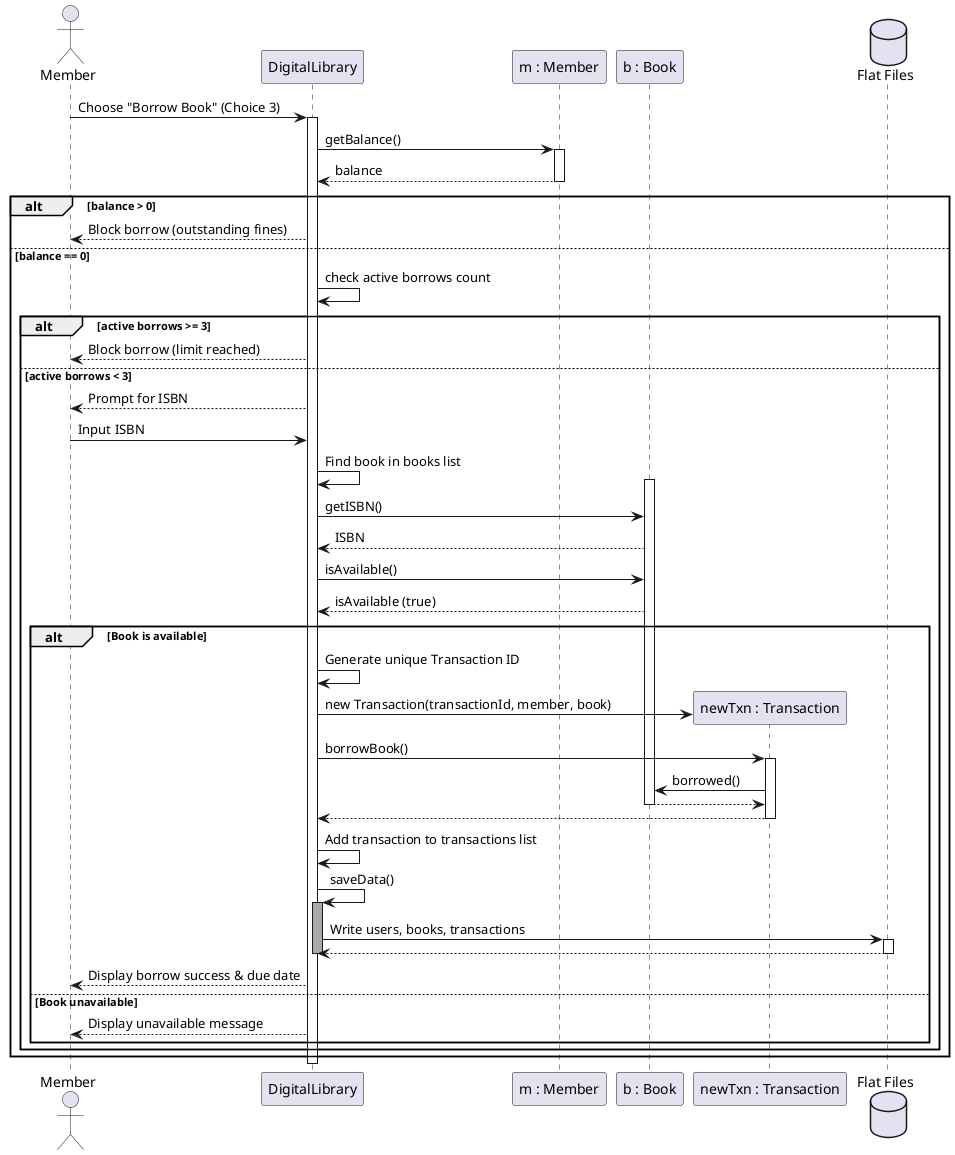
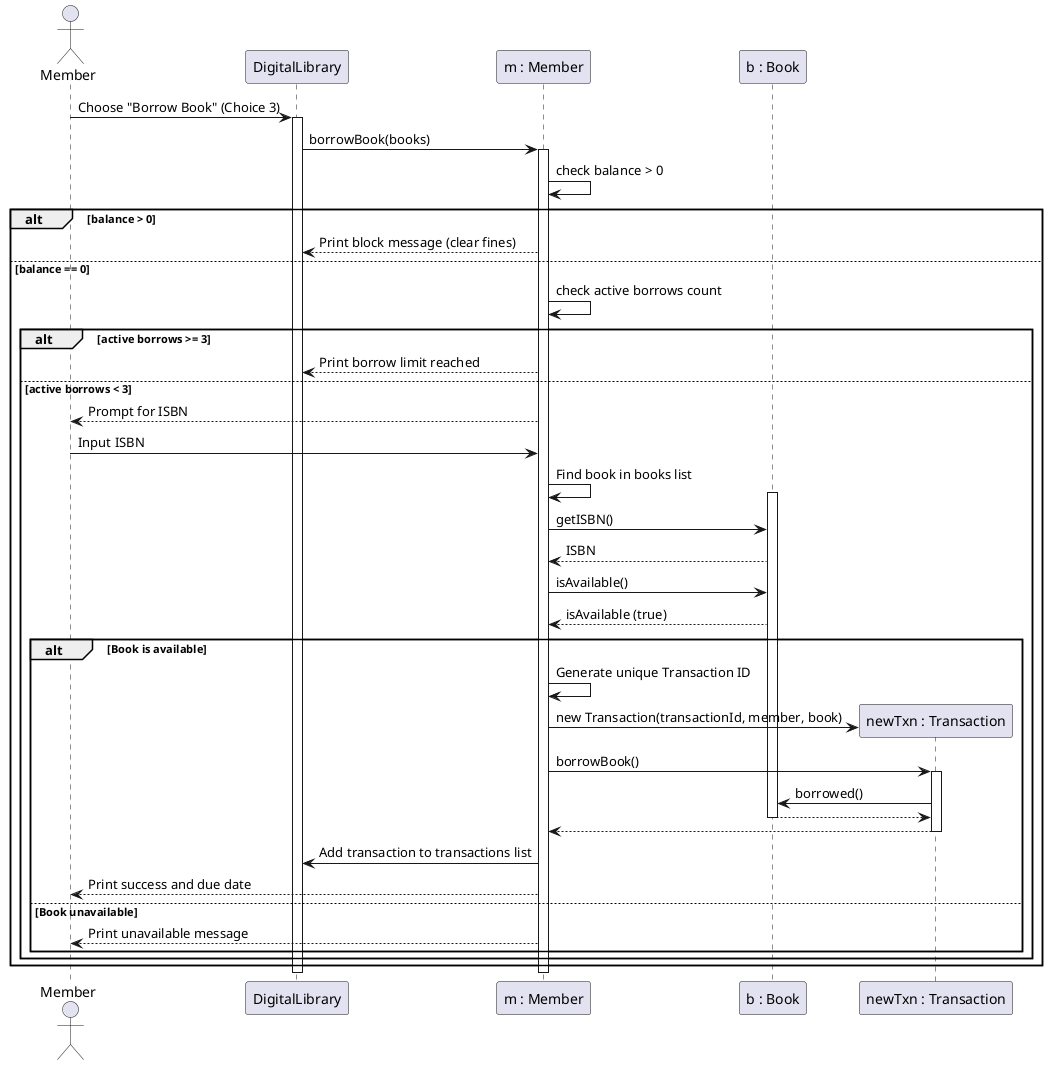
@startuml sequenceDiagram
actor Member
participant "DigitalLibrary" as DL
participant "m : Member" as M
participant "b : Book" as B
participant "newTxn : Transaction" as T
- database "Flat Files" as DB

Member -> DL: Choose "Borrow Book" (Choice 3)
activate DL

- DL -> M: getBalance()
+ DL -> M: borrowBook(books)
activate M
- M --> DL: balance
- deactivate M

+ M -> M: check balance > 0
alt balance > 0
-     DL --> Member: Block borrow (outstanding fines)
+     M --> DL: Print block message (clear fines)
else balance == 0
-     DL -> DL: check active borrows count
+     M -> M: check active borrows count
    alt active borrows >= 3
-         DL --> Member: Block borrow (limit reached)
+         M --> DL: Print borrow limit reached
    else active borrows < 3
-         DL --> Member: Prompt for ISBN
-         Member -> DL: Input ISBN
+         M --> Member: Prompt for ISBN
+         Member -> M: Input ISBN

-         DL -> DL: Find book in books list
+         M -> M: Find book in books list
        activate B
-         DL -> B: getISBN()
-         B --> DL: ISBN
-         DL -> B: isAvailable()
-         B --> DL: isAvailable (true)
+         M -> B: getISBN()
+         B --> M: ISBN
+         M -> B: isAvailable()
+         B --> M: isAvailable (true)

        alt Book is available
-             DL -> DL: Generate unique Transaction ID
+             M -> M: Generate unique Transaction ID
            create T
-             DL -> T: new Transaction(transactionId, member, book)
-             DL -> T: borrowBook()
+             M -> T: new Transaction(transactionId, member, book)
+             M -> T: borrowBook()
            activate T
            T -> B: borrowed()
            B --> T
            deactivate B
-             T --> DL
+             T --> M
            deactivate T

-             DL -> DL: Add transaction to transactions list
-             DL -> DL: saveData()
-             activate DL #darkgrey
-             DL -> DB: Write users, books, transactions
-             activate DB
-             DB --> DL
-             deactivate DB
-             deactivate DL
- 
-             DL --> Member: Display borrow success & due date
+             M -> DL: Add transaction to transactions list
+             M --> Member: Print success and due date
        else Book unavailable
-             DL --> Member: Display unavailable message
+             M --> Member: Print unavailable message
        end
    end
end
+ 
+ deactivate M
deactivate DL
@enduml
